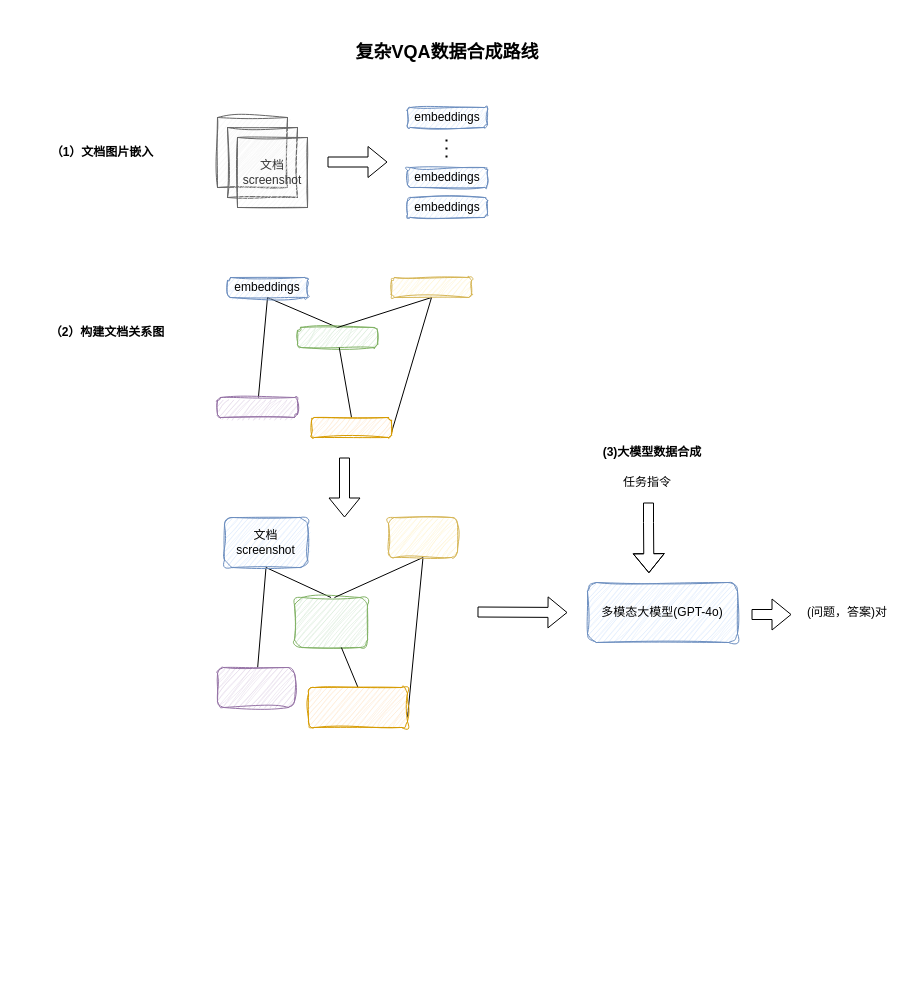
The draw.io diagram assets/数据合成思路.drawio in ShizhongP/dl-notes, before the edit. Source tidied: cells renumbered, new cells numbered last; positions are measured from the earlier drawing's top-left corner, leaving out a move shared by most shapes. Both pictures are drawn from the tidied source at 100%, with x=0, y=0 at pixel (17, 17).
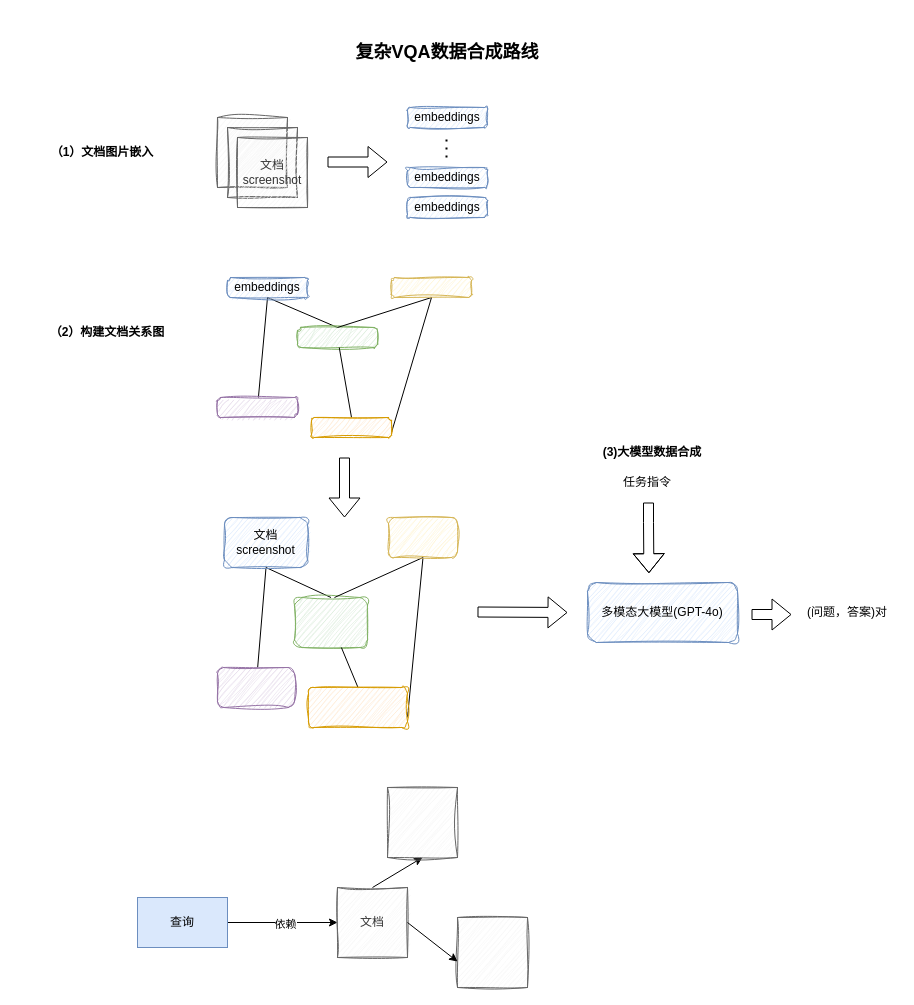
Above is the later version.

Commit message:
更新数据合成思路.drawio

Change to the diagram source:
```diff
@@
+    <mxCell id="41" style="edgeStyle=orthogonalEdgeStyle;rounded=0;jettySize=auto;html=1;exitX=1;exitY=0.5;exitDx=0;exitDy=0;entryX=0;entryY=0.5;entryDx=0;entryDy=0;" parent="1" edge="1" source="43" target="45">
+      <mxGeometry relative="1" as="geometry" />
+    </mxCell>
+    <mxCell id="42" value="依赖" style="edgeLabel;html=1;align=center;verticalAlign=middle;" parent="41" vertex="1">
+      <mxGeometry x="0.03" y="-1" relative="1" as="geometry" />
+    </mxCell>
+    <mxCell id="43" value="查询" style="rounded=0;whiteSpace=wrap;html=1;fillColor=#dae8fc;strokeColor=#6c8ebf;" parent="1" vertex="1">
+      <mxGeometry x="120" y="880" width="90" height="50" as="geometry" />
+    </mxCell>
+    <mxCell id="44" style="rounded=0;jettySize=auto;html=1;exitX=0.5;exitY=0;exitDx=0;exitDy=0;entryX=0.5;entryY=1;entryDx=0;entryDy=0;" parent="1" edge="1" source="45" target="46">
+      <mxGeometry relative="1" as="geometry" />
+    </mxCell>
+    <mxCell id="45" value="文档" style="rounded=0;whiteSpace=wrap;html=1;fillColor=#f5f5f5;fontColor=#333333;strokeColor=#666666;sketch=1;curveFitting=1;jiggle=2;" parent="1" vertex="1">
+      <mxGeometry x="320" y="870" width="70" height="70" as="geometry" />
+    </mxCell>
+    <mxCell id="46" style="rounded=0;whiteSpace=wrap;html=1;fillColor=#f5f5f5;fontColor=#333333;strokeColor=#666666;sketch=1;curveFitting=1;jiggle=2;" parent="1" vertex="1">
+      <mxGeometry x="370" y="770" width="70" height="70" as="geometry" />
+    </mxCell>
+    <mxCell id="47" style="rounded=0;whiteSpace=wrap;html=1;fillColor=#f5f5f5;fontColor=#333333;strokeColor=#666666;sketch=1;curveFitting=1;jiggle=2;" parent="1" vertex="1">
+      <mxGeometry x="440" y="900" width="70" height="70" as="geometry" />
+    </mxCell>
+    <mxCell id="48" style="rounded=0;jettySize=auto;html=1;exitX=1;exitY=0.5;exitDx=0;exitDy=0;entryX=0;entryY=0.629;entryDx=0;entryDy=0;entryPerimeter=0;" parent="1" edge="1" source="45" target="47">
+      <mxGeometry relative="1" as="geometry" />
+    </mxCell>
```
